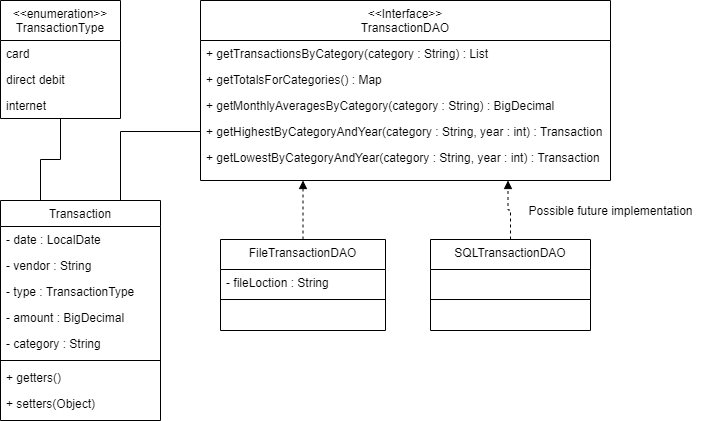
Above: Class Diagram.png in dickyince/transaction-categories (draw.io), before the change. Source tidied: cells renumbered, new cells last; positions are measured from the earlier drawing's top-left corner, leaving out a move shared by most shapes. Its diagram source:
```xml
<mxGraphModel>
  <root>
    <mxCell id="0" />
    <mxCell id="1" parent="0" />
    <mxCell id="2" value="Transaction" style="swimlane;fontStyle=0;align=center;verticalAlign=top;horizontal=1;startSize=26;rounded=0;shadow=0;strokeWidth=1;" parent="1" vertex="1">
      <mxGeometry y="200" width="160" height="220" as="geometry" />
    </mxCell>
    <mxCell id="3" value="- date : LocalDate" style="text;align=left;verticalAlign=top;spacingLeft=4;spacingRight=4;overflow=hidden;" parent="2" vertex="1">
      <mxGeometry y="26" width="160" height="26" as="geometry" />
    </mxCell>
    <mxCell id="4" value="- vendor : String" style="text;align=left;verticalAlign=top;spacingLeft=4;spacingRight=4;overflow=hidden;rounded=0;shadow=0;html=0;" parent="2" vertex="1">
      <mxGeometry y="52" width="160" height="26" as="geometry" />
    </mxCell>
    <mxCell id="5" value="- type : TransactionType" style="text;align=left;verticalAlign=top;spacingLeft=4;spacingRight=4;overflow=hidden;rounded=0;shadow=0;html=0;" parent="2" vertex="1">
      <mxGeometry y="78" width="160" height="26" as="geometry" />
    </mxCell>
    <mxCell id="6" value="- amount : BigDecimal" style="text;align=left;verticalAlign=top;spacingLeft=4;spacingRight=4;overflow=hidden;rounded=0;shadow=0;html=0;" parent="2" vertex="1">
      <mxGeometry y="104" width="160" height="26" as="geometry" />
    </mxCell>
    <mxCell id="7" value="- category : String" style="text;align=left;verticalAlign=top;spacingLeft=4;spacingRight=4;overflow=hidden;rounded=0;shadow=0;html=0;" parent="2" vertex="1">
      <mxGeometry y="130" width="160" height="26" as="geometry" />
    </mxCell>
    <mxCell id="8" style="line;html=1;strokeWidth=1;align=left;verticalAlign=middle;spacingTop=-1;spacingLeft=3;spacingRight=3;labelPosition=right;" parent="2" vertex="1">
      <mxGeometry y="156" width="160" height="8" as="geometry" />
    </mxCell>
    <mxCell id="9" value="+ getters()" style="text;align=left;verticalAlign=top;spacingLeft=4;spacingRight=4;overflow=hidden;" parent="2" vertex="1">
      <mxGeometry y="164" width="160" height="26" as="geometry" />
    </mxCell>
    <mxCell id="10" value="+ setters(Object)" style="text;align=left;verticalAlign=top;spacingLeft=4;spacingRight=4;overflow=hidden;" parent="2" vertex="1">
      <mxGeometry y="190" width="160" height="26" as="geometry" />
    </mxCell>
    <mxCell id="11" value="&lt;&lt;Interface&gt;&gt;&#10;TransactionDAO" style="swimlane;fontStyle=0;align=center;verticalAlign=top;horizontal=1;startSize=40;rounded=0;shadow=0;strokeWidth=1;" parent="1" vertex="1">
      <mxGeometry x="200" width="410" height="180" as="geometry" />
    </mxCell>
    <mxCell id="12" value="+ getTransactionsByCategory(category : String) : List" style="text;align=left;verticalAlign=top;spacingLeft=4;spacingRight=4;overflow=hidden;" parent="11" vertex="1">
      <mxGeometry y="40" width="410" height="26" as="geometry" />
    </mxCell>
    <mxCell id="13" value="+ getTotalsForCategories() : Map" style="text;align=left;verticalAlign=top;spacingLeft=4;spacingRight=4;overflow=hidden;" parent="11" vertex="1">
      <mxGeometry y="66" width="410" height="26" as="geometry" />
    </mxCell>
    <mxCell id="14" value="+ getMonthlyAveragesByCategory(category : String) : BigDecimal" style="text;align=left;verticalAlign=top;spacingLeft=4;spacingRight=4;overflow=hidden;" parent="11" vertex="1">
      <mxGeometry y="92" width="410" height="26" as="geometry" />
    </mxCell>
    <mxCell id="15" value="+ getHighestByCategoryAndYear(category : String, year : int) : Transaction" style="text;align=left;verticalAlign=top;spacingLeft=4;spacingRight=4;overflow=hidden;" parent="11" vertex="1">
      <mxGeometry y="118" width="410" height="26" as="geometry" />
    </mxCell>
    <mxCell id="16" value="+ getLowestByCategoryAndYear(category : String, year : int) : Transaction" style="text;align=left;verticalAlign=top;spacingLeft=4;spacingRight=4;overflow=hidden;" parent="11" vertex="1">
      <mxGeometry y="144" width="410" height="26" as="geometry" />
    </mxCell>
    <mxCell id="17" value="&lt;&lt;enumeration&gt;&gt;&#10;TransactionType" style="swimlane;fontStyle=0;horizontal=1;startSize=40;fillColor=none;" parent="1" vertex="1">
      <mxGeometry width="120" height="118" as="geometry" />
    </mxCell>
    <mxCell id="18" value="card" style="text;strokeColor=none;fillColor=none;align=left;verticalAlign=top;spacingLeft=4;spacingRight=4;overflow=hidden;" parent="17" vertex="1">
      <mxGeometry y="40" width="120" height="26" as="geometry" />
    </mxCell>
    <mxCell id="19" value="direct debit" style="text;strokeColor=none;fillColor=none;align=left;verticalAlign=top;spacingLeft=4;spacingRight=4;overflow=hidden;" parent="17" vertex="1">
      <mxGeometry y="66" width="120" height="26" as="geometry" />
    </mxCell>
    <mxCell id="20" value="internet" style="text;strokeColor=none;fillColor=none;align=left;verticalAlign=top;spacingLeft=4;spacingRight=4;overflow=hidden;" parent="17" vertex="1">
      <mxGeometry y="92" width="120" height="26" as="geometry" />
    </mxCell>
    <mxCell id="21" style="edgeStyle=orthogonalEdgeStyle;rounded=0;jettySize=auto;html=1;endArrow=none;endFill=0;exitX=0.25;exitY=0;exitDx=0;exitDy=0;" parent="1" edge="1" source="2" target="17">
      <mxGeometry relative="1" as="geometry" />
    </mxCell>
    <mxCell id="22" style="edgeStyle=orthogonalEdgeStyle;rounded=0;jettySize=auto;html=1;endArrow=none;endFill=0;entryX=0.75;entryY=0;entryDx=0;entryDy=0;" parent="1" edge="1" target="2">
      <mxGeometry relative="1" as="geometry">
        <mxPoint x="200" y="131" as="sourcePoint" />
      </mxGeometry>
    </mxCell>
    <mxCell id="23" style="edgeStyle=orthogonalEdgeStyle;rounded=0;jettySize=auto;html=1;endArrow=block;endFill=1;dashed=1;entryX=0.25;entryY=1;entryDx=0;entryDy=0;" parent="1" edge="1" source="24" target="11">
      <mxGeometry relative="1" as="geometry" />
    </mxCell>
    <mxCell id="24" value="FileTransactionDAO" style="swimlane;fontStyle=0;align=center;verticalAlign=top;horizontal=1;startSize=30;rounded=0;shadow=0;strokeWidth=1;" parent="1" vertex="1">
      <mxGeometry x="220" y="239" width="165" height="91" as="geometry" />
    </mxCell>
    <mxCell id="25" value="- fileLoction : String" style="text;align=left;verticalAlign=top;spacingLeft=4;spacingRight=4;overflow=hidden;" parent="24" vertex="1">
      <mxGeometry y="30" width="165" height="26" as="geometry" />
    </mxCell>
    <mxCell id="26" style="line;html=1;strokeWidth=1;align=left;verticalAlign=middle;spacingTop=-1;spacingLeft=3;spacingRight=3;labelPosition=right;" parent="24" vertex="1">
      <mxGeometry y="56" width="165" height="8" as="geometry" />
    </mxCell>
    <mxCell id="27" style="edgeStyle=orthogonalEdgeStyle;rounded=0;jettySize=auto;html=1;entryX=0.75;entryY=1;entryDx=0;entryDy=0;endArrow=block;endFill=1;dashed=1;" parent="1" edge="1" source="28" target="11">
      <mxGeometry relative="1" as="geometry" />
    </mxCell>
    <mxCell id="28" value="SQLTransactionDAO" style="swimlane;fontStyle=0;align=center;verticalAlign=top;horizontal=1;startSize=30;rounded=0;shadow=0;strokeWidth=1;" parent="1" vertex="1">
      <mxGeometry x="430" y="239" width="160" height="91" as="geometry" />
    </mxCell>
    <mxCell id="29" style="line;html=1;strokeWidth=1;align=left;verticalAlign=middle;spacingTop=-1;spacingLeft=3;spacingRight=3;labelPosition=right;" parent="28" vertex="1">
      <mxGeometry y="30" width="160" height="60" as="geometry" />
    </mxCell>
    <mxCell id="30" value="Possible future implementation" style="text;html=1;align=center;verticalAlign=middle;" parent="1" vertex="1">
      <mxGeometry x="520" y="200" width="180" height="20" as="geometry" />
    </mxCell>
  </root>
</mxGraphModel>
```
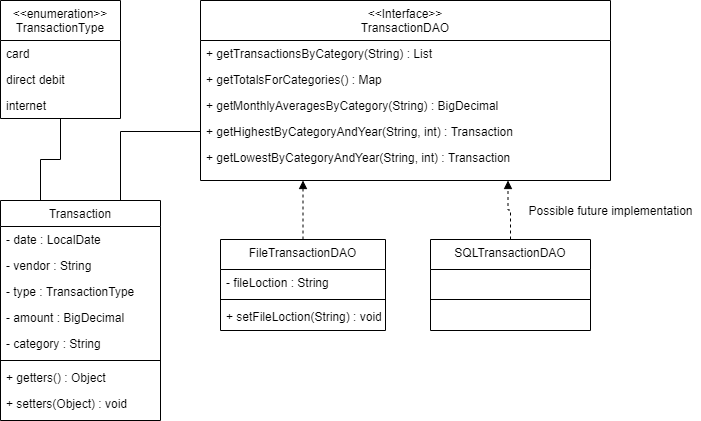
Above is the later version.

Commit message:
Removing parameter names

Change to the diagram source:
```diff
@@ -23,28 +23,28 @@
     <mxCell id="8" style="line;html=1;strokeWidth=1;align=left;verticalAlign=middle;spacingTop=-1;spacingLeft=3;spacingRight=3;labelPosition=right;" parent="2" vertex="1">
       <mxGeometry y="156" width="160" height="8" as="geometry" />
     </mxCell>
-    <mxCell id="9" value="+ getters()" style="text;align=left;verticalAlign=top;spacingLeft=4;spacingRight=4;overflow=hidden;" parent="2" vertex="1">
+    <mxCell id="9" value="+ getters() : Object" style="text;align=left;verticalAlign=top;spacingLeft=4;spacingRight=4;overflow=hidden;" parent="2" vertex="1">
       <mxGeometry y="164" width="160" height="26" as="geometry" />
     </mxCell>
-    <mxCell id="10" value="+ setters(Object)" style="text;align=left;verticalAlign=top;spacingLeft=4;spacingRight=4;overflow=hidden;" parent="2" vertex="1">
+    <mxCell id="10" value="+ setters(Object) : void" style="text;align=left;verticalAlign=top;spacingLeft=4;spacingRight=4;overflow=hidden;" parent="2" vertex="1">
       <mxGeometry y="190" width="160" height="26" as="geometry" />
     </mxCell>
     <mxCell id="11" value="&lt;&lt;Interface&gt;&gt;&#10;TransactionDAO" style="swimlane;fontStyle=0;align=center;verticalAlign=top;horizontal=1;startSize=40;rounded=0;shadow=0;strokeWidth=1;" parent="1" vertex="1">
       <mxGeometry x="200" width="410" height="180" as="geometry" />
     </mxCell>
-    <mxCell id="12" value="+ getTransactionsByCategory(category : String) : List" style="text;align=left;verticalAlign=top;spacingLeft=4;spacingRight=4;overflow=hidden;" parent="11" vertex="1">
+    <mxCell id="12" value="+ getTransactionsByCategory(String) : List" style="text;align=left;verticalAlign=top;spacingLeft=4;spacingRight=4;overflow=hidden;" parent="11" vertex="1">
       <mxGeometry y="40" width="410" height="26" as="geometry" />
     </mxCell>
     <mxCell id="13" value="+ getTotalsForCategories() : Map" style="text;align=left;verticalAlign=top;spacingLeft=4;spacingRight=4;overflow=hidden;" parent="11" vertex="1">
       <mxGeometry y="66" width="410" height="26" as="geometry" />
     </mxCell>
-    <mxCell id="14" value="+ getMonthlyAveragesByCategory(category : String) : BigDecimal" style="text;align=left;verticalAlign=top;spacingLeft=4;spacingRight=4;overflow=hidden;" parent="11" vertex="1">
+    <mxCell id="14" value="+ getMonthlyAveragesByCategory(String) : BigDecimal" style="text;align=left;verticalAlign=top;spacingLeft=4;spacingRight=4;overflow=hidden;" parent="11" vertex="1">
       <mxGeometry y="92" width="410" height="26" as="geometry" />
     </mxCell>
-    <mxCell id="15" value="+ getHighestByCategoryAndYear(category : String, year : int) : Transaction" style="text;align=left;verticalAlign=top;spacingLeft=4;spacingRight=4;overflow=hidden;" parent="11" vertex="1">
+    <mxCell id="15" value="+ getHighestByCategoryAndYear(String, int) : Transaction" style="text;align=left;verticalAlign=top;spacingLeft=4;spacingRight=4;overflow=hidden;" parent="11" vertex="1">
       <mxGeometry y="118" width="410" height="26" as="geometry" />
     </mxCell>
-    <mxCell id="16" value="+ getLowestByCategoryAndYear(category : String, year : int) : Transaction" style="text;align=left;verticalAlign=top;spacingLeft=4;spacingRight=4;overflow=hidden;" parent="11" vertex="1">
+    <mxCell id="16" value="+ getLowestByCategoryAndYear(String, int) : Transaction" style="text;align=left;verticalAlign=top;spacingLeft=4;spacingRight=4;overflow=hidden;" parent="11" vertex="1">
       <mxGeometry y="144" width="410" height="26" as="geometry" />
     </mxCell>
     <mxCell id="17" value="&lt;&lt;enumeration&gt;&gt;&#10;TransactionType" style="swimlane;fontStyle=0;horizontal=1;startSize=40;fillColor=none;" parent="1" vertex="1">
@@ -79,6 +79,9 @@
     <mxCell id="26" style="line;html=1;strokeWidth=1;align=left;verticalAlign=middle;spacingTop=-1;spacingLeft=3;spacingRight=3;labelPosition=right;" parent="24" vertex="1">
       <mxGeometry y="56" width="165" height="8" as="geometry" />
     </mxCell>
+    <mxCell id="31" value="+ setFileLoction(String) : void" style="text;align=left;verticalAlign=top;spacingLeft=4;spacingRight=4;overflow=hidden;" parent="24" vertex="1">
+      <mxGeometry y="64" width="165" height="26" as="geometry" />
+    </mxCell>
     <mxCell id="27" style="edgeStyle=orthogonalEdgeStyle;rounded=0;jettySize=auto;html=1;entryX=0.75;entryY=1;entryDx=0;entryDy=0;endArrow=block;endFill=1;dashed=1;" parent="1" edge="1" source="28" target="11">
       <mxGeometry relative="1" as="geometry" />
     </mxCell>
```
